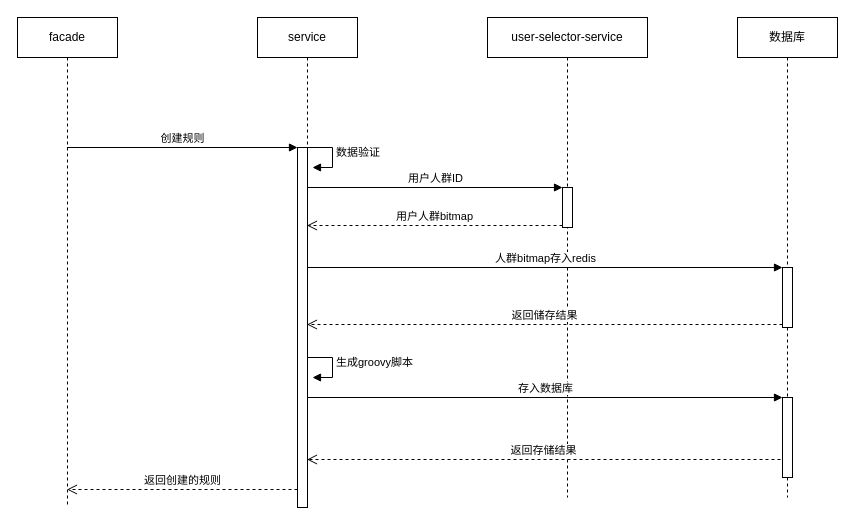
Before: 事件中心/规则时序图.drawio in NeverMore93/draw, a draw.io diagram. Source tidied: cells renumbered, new cells numbered last; positions are measured from the earlier drawing's top-left corner, leaving out a move shared by most shapes. Both pictures are drawn from the tidied source at 100%, with x=0, y=0 at pixel (17, 17).
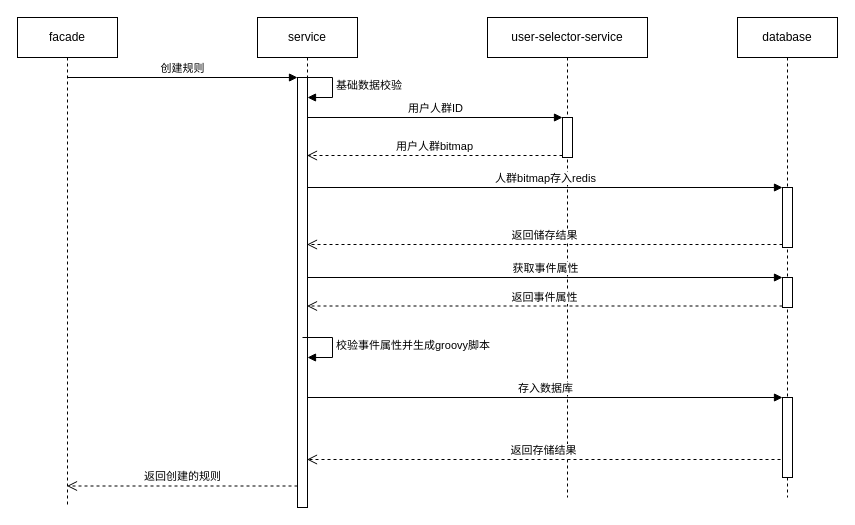
The same page after the edit.

Commit message (it also covers changes not shown here):
更新规则时序图.drawio

The change refers to these unchanged cells:
```xml
<mxCell id="3" value="service" style="shape=umlLifeline;perimeter=lifelinePerimeter;whiteSpace=wrap;html=1;outlineConnect=0;" parent="1" vertex="1">
  <mxGeometry x="240" width="100" height="480" as="geometry" />
</mxCell>
<mxCell id="6" value="user-selector-service" style="shape=umlLifeline;perimeter=lifelinePerimeter;whiteSpace=wrap;html=1;" parent="1" vertex="1">
  <mxGeometry x="470" width="160" height="480" as="geometry" />
</mxCell>
```

Diff of the diagram source:
```diff
@@
-    <mxCell id="4" value="数据验证" style="edgeStyle=orthogonalEdgeStyle;html=1;align=left;spacingLeft=2;endArrow=block;rounded=0;entryX=1;entryY=0;" parent="3" edge="1">
-      <mxGeometry relative="1" as="geometry">
-        <mxPoint x="45" y="130" as="sourcePoint" />
-        <mxPoint x="55" y="150" as="targetPoint" />
-        <Array as="points">
-          <mxPoint x="75" y="130" />
-        </Array>
-      </mxGeometry>
-    </mxCell>
-    <mxCell id="5" value="生成groovy脚本" style="edgeStyle=orthogonalEdgeStyle;html=1;align=left;spacingLeft=2;endArrow=block;rounded=0;entryX=1;entryY=0;" parent="3" edge="1">
-      <mxGeometry relative="1" as="geometry">
-        <mxPoint x="45" y="340" as="sourcePoint" />
-        <mxPoint x="55" y="360" as="targetPoint" />
-        <Array as="points">
-          <mxPoint x="75" y="340" />
-        </Array>
-      </mxGeometry>
-    </mxCell>
@@
     <mxCell id="7" style="html=1;points=[];perimeter=orthogonalPerimeter;" parent="6" vertex="1">
-      <mxGeometry x="75" y="170" width="10" height="40" as="geometry" />
+      <mxGeometry x="75" y="100" width="10" height="40" as="geometry" />
     </mxCell>
@@
-    <mxCell id="12" value="数据库" style="shape=umlLifeline;perimeter=lifelinePerimeter;whiteSpace=wrap;html=1;" parent="1" vertex="1">
+    <mxCell id="12" value="database" style="shape=umlLifeline;perimeter=lifelinePerimeter;whiteSpace=wrap;html=1;" parent="1" vertex="1">
       <mxGeometry x="720" width="100" height="480" as="geometry" />
     </mxCell>
     <mxCell id="13" style="html=1;points=[];perimeter=orthogonalPerimeter;" parent="12" vertex="1">
-      <mxGeometry x="45" y="250" width="10" height="60" as="geometry" />
+      <mxGeometry x="45" y="170" width="10" height="60" as="geometry" />
     </mxCell>
@@
+    <mxCell id="20" style="html=1;points=[];perimeter=orthogonalPerimeter;" parent="12" vertex="1">
+      <mxGeometry x="45" y="260" width="10" height="30" as="geometry" />
+    </mxCell>
@@
     <mxCell id="19" style="html=1;points=[];perimeter=orthogonalPerimeter;" parent="1" vertex="1">
-      <mxGeometry x="280" y="130" width="10" height="360" as="geometry" />
+      <mxGeometry x="280" y="60" width="10" height="430" as="geometry" />
     </mxCell>
+    <mxCell id="21" value="基础数据校验" style="edgeStyle=orthogonalEdgeStyle;html=1;align=left;spacingLeft=2;endArrow=block;rounded=0;entryX=1;entryY=0;" parent="1" edge="1">
+      <mxGeometry relative="1" as="geometry">
+        <mxPoint x="285" y="60" as="sourcePoint" />
+        <mxPoint x="290" y="80" as="targetPoint" />
+        <Array as="points">
+          <mxPoint x="315" y="60" />
+        </Array>
+      </mxGeometry>
+    </mxCell>
+    <mxCell id="22" value="获取事件属性" style="html=1;verticalAlign=bottom;endArrow=block;entryX=0;entryY=0;rounded=0;" parent="1" edge="1" source="3" target="20">
+      <mxGeometry relative="1" as="geometry" />
+    </mxCell>
+    <mxCell id="23" value="返回事件属性" style="html=1;verticalAlign=bottom;endArrow=open;dashed=1;endSize=8;exitX=0;exitY=0.95;rounded=0;" parent="1" edge="1" source="20" target="3">
+      <mxGeometry relative="1" as="geometry" />
+    </mxCell>
+    <mxCell id="24" value="校验事件属性并生成groovy脚本" style="edgeStyle=orthogonalEdgeStyle;html=1;align=left;spacingLeft=2;endArrow=block;rounded=0;entryX=1;entryY=0;" parent="1" edge="1">
+      <mxGeometry relative="1" as="geometry">
+        <mxPoint x="285" y="320" as="sourcePoint" />
+        <mxPoint x="290" y="340" as="targetPoint" />
+        <Array as="points">
+          <mxPoint x="315" y="320" />
+        </Array>
+      </mxGeometry>
+    </mxCell>
```
